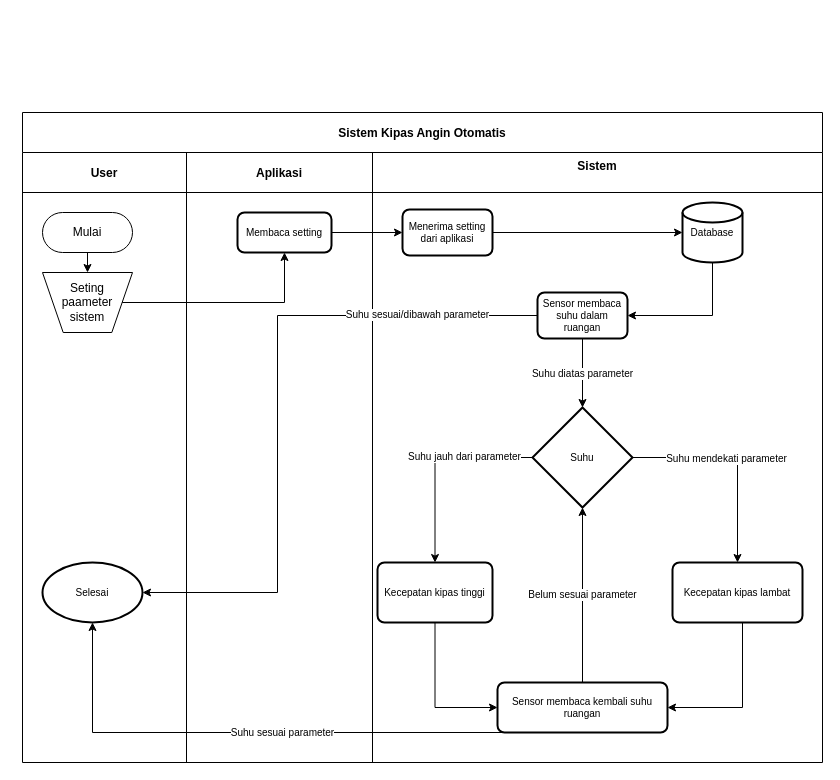
WataKoro/Flowmap_RPL keeps this draw.io diagram as RPL.drawio. Above is the earlier version. Source tidied: cells renumbered, new cells numbered last; positions are measured from the earlier drawing's top-left corner, leaving out a move shared by most shapes. Both pictures are drawn from the tidied source at 100%, with x=0, y=0 at pixel (22, 112).
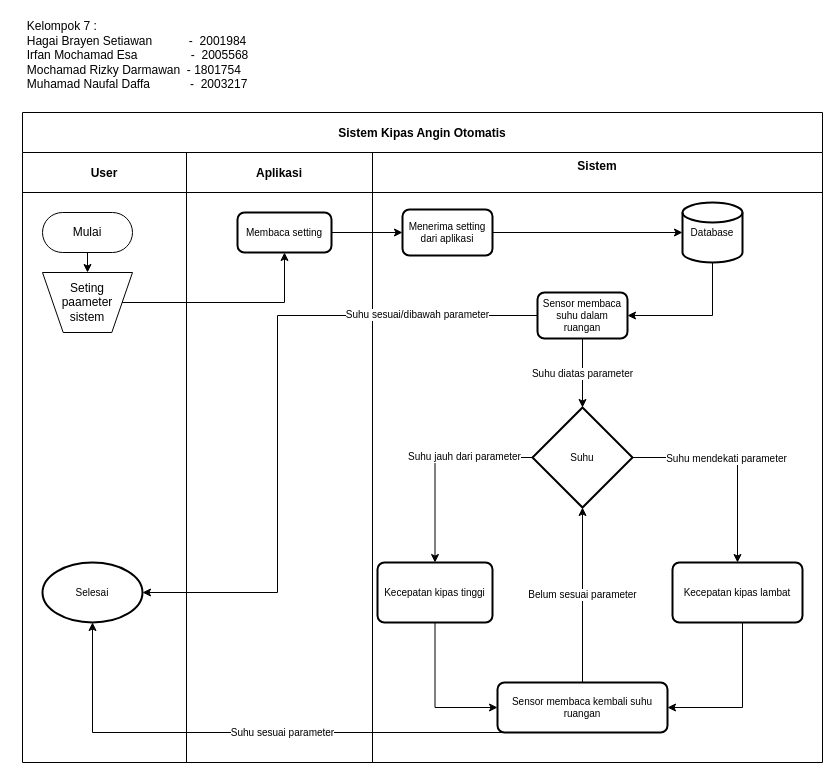
Above is the later version.

Change to the diagram source:
```diff
@@
+    <mxCell id="34" value="&lt;div align=&quot;left&quot;&gt;Kelompok 7 :&lt;/div&gt;&lt;div align=&quot;left&quot;&gt;Hagai Brayen Setiawan &amp;nbsp; &amp;nbsp; &amp;nbsp; &amp;nbsp; &amp;nbsp; -&amp;nbsp; 2001984 &lt;br&gt;&lt;/div&gt;&lt;div align=&quot;left&quot;&gt;Irfan Mochamad Esa&amp;nbsp;&amp;nbsp;&amp;nbsp;&amp;nbsp;&amp;nbsp;&amp;nbsp;&amp;nbsp;&amp;nbsp;&amp;nbsp;&amp;nbsp;&amp;nbsp;&amp;nbsp;&amp;nbsp;&amp;nbsp;&amp;nbsp; -&amp;nbsp; 2005568&lt;br&gt;&lt;/div&gt;&lt;div align=&quot;left&quot;&gt;Mochamad Rizky Darmawan&amp;nbsp; - 1801754&lt;br&gt;&lt;/div&gt;&lt;div align=&quot;left&quot;&gt;Muhamad Naufal Daffa&amp;nbsp;&amp;nbsp;&amp;nbsp;&amp;nbsp;&amp;nbsp;&amp;nbsp;&amp;nbsp;&amp;nbsp;&amp;nbsp; &amp;nbsp; -&amp;nbsp; 2003217&lt;br&gt;&lt;/div&gt;&lt;div&gt;&lt;br&gt;&lt;/div&gt;" style="text;html=1;align=center;verticalAlign=middle;strokeColor=none;fillColor=none;" parent="1" vertex="1">
+      <mxGeometry x="-5" y="-95" width="240" height="90" as="geometry" />
+    </mxCell>
```
